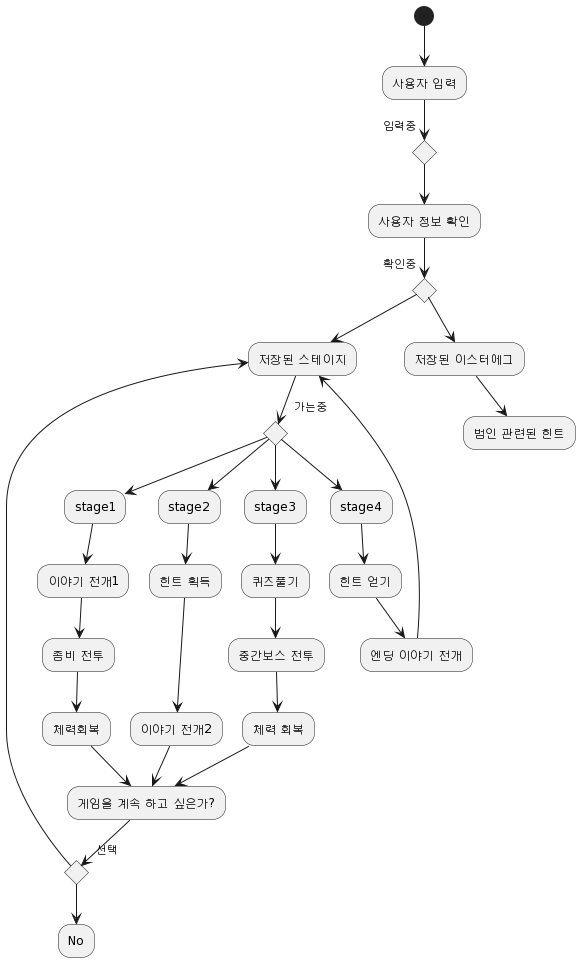
leehj24/software_prj keeps this PlantUML diagram as UML/activity.png. Above is the earlier version. The source it was exported from:
```plantuml
@startuml
(*) --> "사용자 입력"
if "입력중" then
-->"사용자 정보 확인"
if "확인중" then
-->"저장된 스테이지"
if "가는중"then
 --> "stage1"
-->"이야기 전개1"
-->"좀비 전투"
-->"체력회복"
-->"게임을 계속 하고 싶은가?"
else
-->"stage2"
-->"힌트 획득"
-->"이야기 전개2"
-->"게임을 계속 하고 싶은가?"
else
-->"stage3"
-->"퀴즈풀기"
-->"중간보스 전투"
-->"체력 회복"
-->"게임을 계속 하고 싶은가?"
if "선택" then
-left->"저장된 스테이지"
else
-->"No"
endif

else
-->"stage4"
-->"힌트 얻기"
-->"엔딩 이야기 전개"
endif
-right->"저장된 스테이지"

else
 --> "저장된 이스터에그"
 --> "범인 관련된 힌트"
@enduml
```
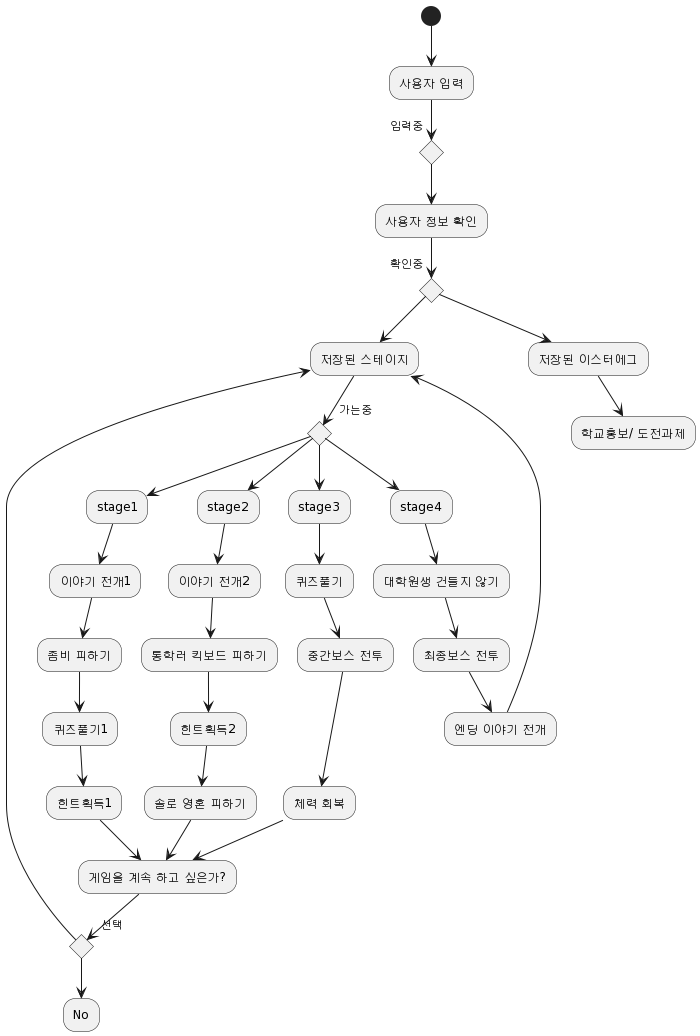
After the commit.

Commit message:
활동다이어그램 수정

Change to the diagram source:
```diff
@@ -7,13 +7,16 @@
 if "가는중"then
  --> "stage1"
 -->"이야기 전개1"
--->"좀비 전투"
--->"체력회복"
+-->"좀비 피하기"
+-->"퀴즈풀기1"
+-->"힌트획득1"
 -->"게임을 계속 하고 싶은가?"
 else
 -->"stage2"
--->"힌트 획득"
 -->"이야기 전개2"
+-->"통학러 킥보드 피하기"
+-->"힌트획득2"
+-->"솔로 영혼 피하기"
 -->"게임을 계속 하고 싶은가?"
 else
 -->"stage3"
@@ -29,12 +32,14 @@
 
 else
 -->"stage4"
--->"힌트 얻기"
+-->"대학원생 건들지 않기"
+-->"최종보스 전투"
 -->"엔딩 이야기 전개"
+-->"저장된 스테이지"
+
 endif
--right->"저장된 스테이지"
 
-else
+  else
  --> "저장된 이스터에그"
- --> "범인 관련된 힌트"
+ --> "학교홍보/ 도전과제"
 @enduml
```
